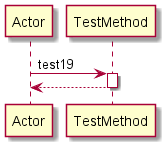
Above: Diagrams/BLOCK/test19.png in manucapo/Gardener (PlantUML), before the change. Source of this version:
```plantuml
@startuml
participant Actor
Actor -> TestMethod: test19
activate TestMethod
return
@enduml
```
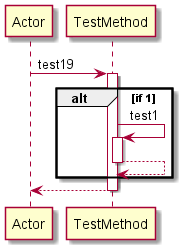
The same file after the commit.

What changed in the source:
```diff
@@ -2,5 +2,11 @@
 participant Actor
 Actor -> TestMethod: test19
 activate TestMethod
+alt if 1
+TestMethod -> TestMethod: test1
+activate TestMethod
+TestMethod-->TestMethod
+deactivate TestMethod
+end
 return
 @enduml
```
